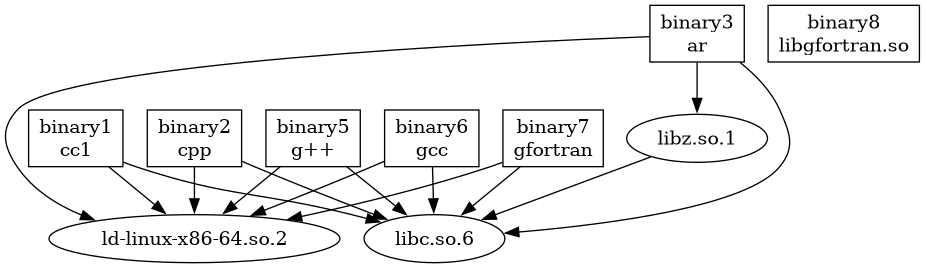
This is scripts/sbom_graph.png from p7k-S/ISPuaro, a Graphviz export, as it was before one commit. Its source is kept beside it as scripts/sbom_graph.dot.
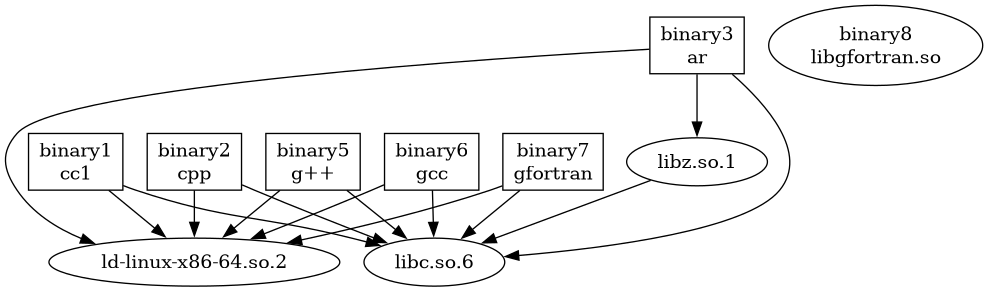
After the change.

Diff of the diagram source:
```diff
@@ -23,5 +23,5 @@
     "40aa837904b50328ebbf3a3380e966dc" [label="binary7\ngfortran", shape=box];
     "40aa837904b50328ebbf3a3380e966dc" -> "009a09df458d78514d3f7324b74da26c";
     "40aa837904b50328ebbf3a3380e966dc" -> "786209f5ea18ea186d34979aa51f3343";
-    "26baa7feee82f39e2738cfe1f603d776" [label="binary8\nlibgfortran.so", shape=box];
+    "26baa7feee82f39e2738cfe1f603d776" [label="binary8\nlibgfortran.so", shape=ellipse];
 }
```
